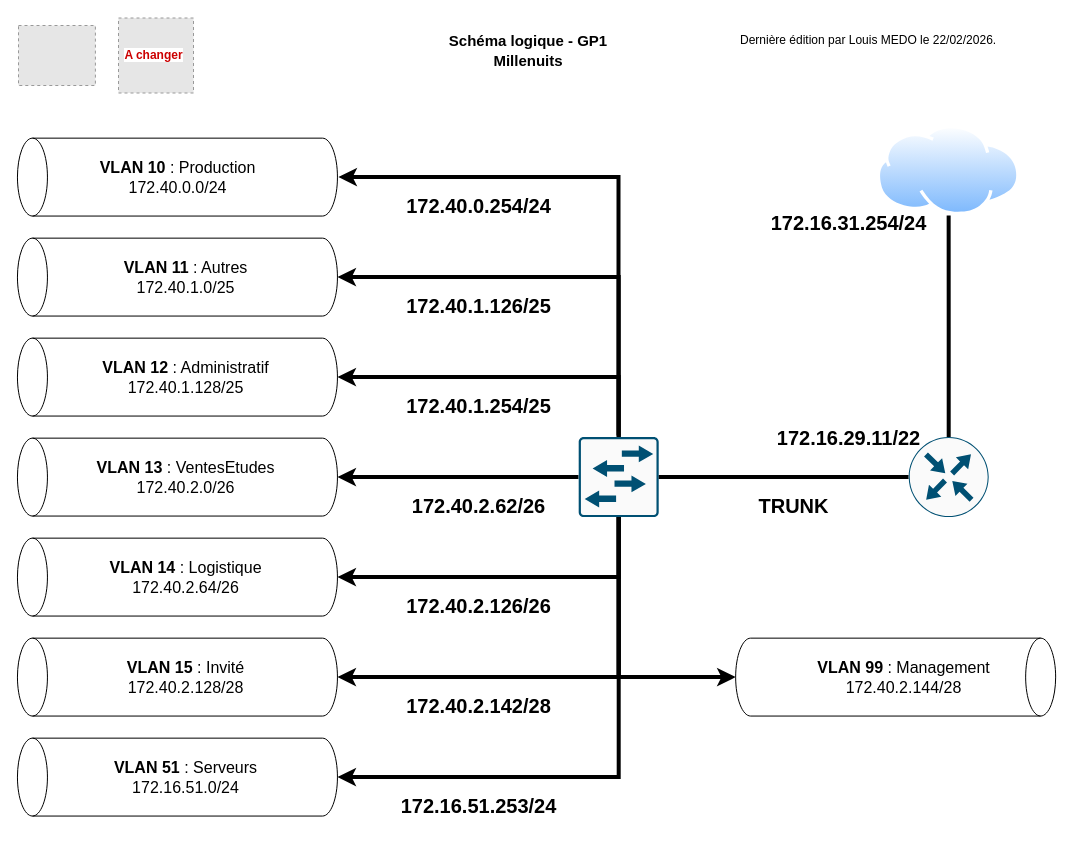
AP-BTS-SIO-Louis/millenuits keeps this draw.io diagram as ressources/Schéma logique - Millenuits GP1.drawio. Above is the earlier version. Source tidied: cells renumbered, new cells numbered last; positions are measured from the earlier drawing's top-left corner, leaving out a move shared by most shapes. Both pictures are drawn from the tidied source at 100%, with x=0, y=0 at pixel (18, 17). Pictures stored in the file or linked from it are replaced by grey dashed boxes.
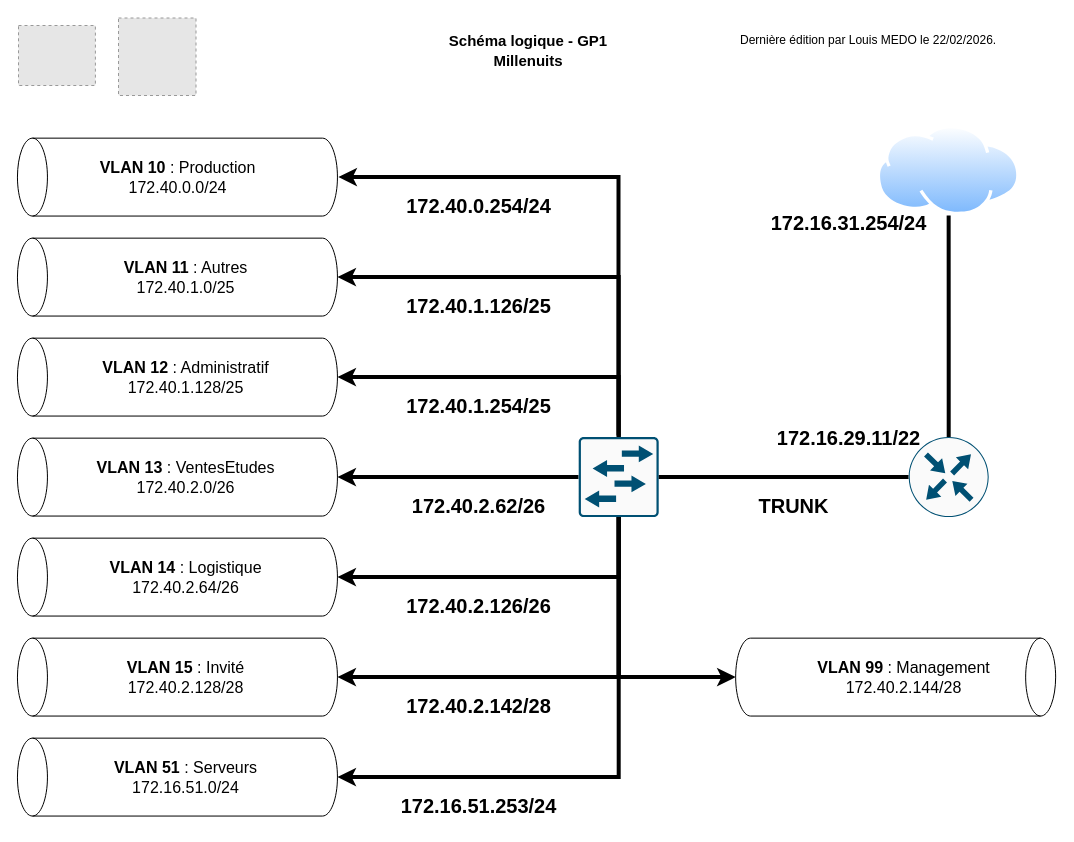
Above is the later version.

Commit message (it also covers changes not shown here):
Ressources: mise à jour du qr code schéma logique

What changed in the source:
```diff
@@
+    <mxCell id="46" style="fillColor=#E6E6E6;strokeColor=#999999;dashed=1;verticalLabelPosition=bottom;labelBackgroundColor=default;verticalAlign=top;" parent="1" vertex="1">
+      <mxGeometry x="100" y="0.5" width="77.5" height="77.5" as="geometry" />
+    </mxCell>
@@
-    <mxCell id="5" style="fillColor=#E6E6E6;strokeColor=#999999;dashed=1;verticalLabelPosition=bottom;labelBackgroundColor=default;verticalAlign=top;" parent="1" vertex="1">
-      <mxGeometry x="100" y="0.5" width="75" height="75" as="geometry" />
-    </mxCell>
-    <mxCell id="6" value="&lt;font style=&quot;background-color: rgb(255, 255, 255);&quot; color=&quot;#cc0000&quot;&gt;&lt;b&gt;A changer&lt;/b&gt;&lt;/font&gt;" style="text;html=1;align=center;verticalAlign=middle;strokeColor=none;fillColor=none;" parent="1" vertex="1">
-      <mxGeometry x="95" y="23" width="80" height="30" as="geometry" />
-    </mxCell>
```
